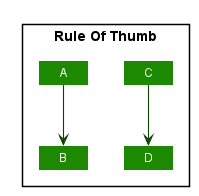
Above: docs/images/plantuml/PackagesAndConsistency.png in se-edu/addressbook-level4 (PlantUML), before the change.
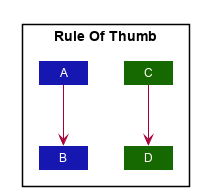
After the change.

What changed in the source:
```diff
@@ -44,16 +44,15 @@
 hide footbox
 hide members
 hide circle
-skinparam arrowThickness 1.1
-skinparam arrowColor #0E4100
-skinparam classBackgroundColor #1D8900
 
 package "Rule Of Thumb"{
-Class C
-A --> B
-C --> D
+    Class C #166800
+    Class D #166800
+    Class A #1616B0
+    Class B #1616B0
+
+    A --> B
+    C --> D
 }
 
-
-
 @enduml
```
